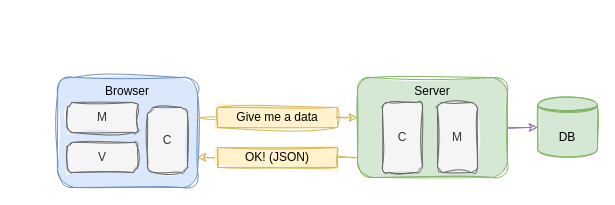
richard-wang-tw/web-basic-2 keeps this draw.io diagram as page "Page-5" (6 of 9) of diagrams.drawio. Above is the earlier version. Source tidied: cells renumbered, new cells numbered last; positions are measured from the earlier drawing's top-left corner, leaving out a move shared by most shapes. Both pictures are drawn from the tidied source at 100%, with x=0, y=0 at pixel (57, 77).
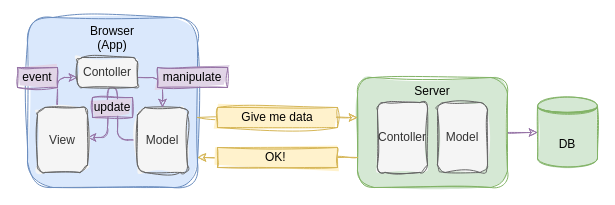
Above is the later version.

What changed in the source:
```diff
@@
-    <mxCell id="2" value="Browser" style="rounded=1;whiteSpace=wrap;html=1;sketch=1;curveFitting=1;jiggle=2;fillColor=#dae8fc;strokeColor=#6c8ebf;fillStyle=solid;verticalAlign=top;" parent="1" vertex="1">
-      <mxGeometry width="140" height="110" as="geometry" />
+    <mxCell id="2" value="Browser&lt;br&gt;(App)" style="rounded=1;whiteSpace=wrap;html=1;sketch=1;curveFitting=1;jiggle=2;fillColor=#dae8fc;strokeColor=#6c8ebf;fillStyle=solid;verticalAlign=top;" parent="1" vertex="1">
+      <mxGeometry x="-30" y="-60" width="170" height="170" as="geometry" />
     </mxCell>
@@
     <mxCell id="4" value="Server" style="rounded=1;whiteSpace=wrap;html=1;sketch=1;curveFitting=1;jiggle=2;fillColor=#d5e8d4;strokeColor=#82b366;fillStyle=solid;verticalAlign=top;" parent="1" vertex="1">
-      <mxGeometry x="300" width="150" height="100" as="geometry" />
+      <mxGeometry x="300" width="150" height="110" as="geometry" />
     </mxCell>
-    <mxCell id="5" value="C" style="rounded=1;whiteSpace=wrap;html=1;sketch=1;curveFitting=1;jiggle=2;fillColor=#f5f5f5;strokeColor=#666666;fillStyle=solid;fontColor=#333333;" parent="1" vertex="1">
-      <mxGeometry x="325" y="25" width="40" height="70" as="geometry" />
+    <mxCell id="5" value="Contoller" style="rounded=1;whiteSpace=wrap;html=1;sketch=1;curveFitting=1;jiggle=2;fillColor=#f5f5f5;strokeColor=#666666;fillStyle=solid;fontColor=#333333;" parent="1" vertex="1">
+      <mxGeometry x="320" y="25" width="50" height="70" as="geometry" />
     </mxCell>
@@
-    <mxCell id="8" value="OK! (JSON)" style="rounded=0;whiteSpace=wrap;html=1;sketch=1;curveFitting=1;jiggle=2;fillColor=#fff2cc;strokeColor=#d6b656;fillStyle=solid;" parent="1" vertex="1">
+    <mxCell id="8" value="OK!&amp;nbsp;" style="rounded=0;whiteSpace=wrap;html=1;sketch=1;curveFitting=1;jiggle=2;fillColor=#fff2cc;strokeColor=#d6b656;fillStyle=solid;" parent="1" vertex="1">
       <mxGeometry x="160" y="70" width="120" height="20" as="geometry" />
     </mxCell>
-    <mxCell id="9" value="Give me a data" style="rounded=0;whiteSpace=wrap;html=1;sketch=1;curveFitting=1;jiggle=2;fillColor=#fff2cc;strokeColor=#d6b656;fillStyle=solid;" parent="1" vertex="1">
+    <mxCell id="9" value="Give me data" style="rounded=0;whiteSpace=wrap;html=1;sketch=1;curveFitting=1;jiggle=2;fillColor=#fff2cc;strokeColor=#d6b656;fillStyle=solid;" parent="1" vertex="1">
       <mxGeometry x="160" y="30" width="120" height="20" as="geometry" />
     </mxCell>
-    <mxCell id="10" value="M" style="rounded=1;whiteSpace=wrap;html=1;sketch=1;curveFitting=1;jiggle=2;fillColor=#f5f5f5;strokeColor=#666666;fillStyle=solid;fontColor=#333333;" parent="1" vertex="1">
-      <mxGeometry x="380" y="25" width="40" height="70" as="geometry" />
+    <mxCell id="10" value="Model" style="rounded=1;whiteSpace=wrap;html=1;sketch=1;curveFitting=1;jiggle=2;fillColor=#f5f5f5;strokeColor=#666666;fillStyle=solid;fontColor=#333333;" parent="1" vertex="1">
+      <mxGeometry x="380" y="25" width="50" height="70" as="geometry" />
     </mxCell>
     <mxCell id="11" value="DB" style="shape=datastore;whiteSpace=wrap;html=1;rounded=1;sketch=1;fillStyle=solid;strokeColor=#82b366;fillColor=#d5e8d4;" parent="1" vertex="1">
-      <mxGeometry x="480" y="20" width="60" height="60" as="geometry" />
+      <mxGeometry x="480" y="20" width="60" height="70" as="geometry" />
     </mxCell>
+    <mxCell id="15" style="edgeStyle=orthogonalEdgeStyle;sketch=1;html=1;fillColor=#e1d5e7;strokeColor=#9673a6;" parent="1" edge="1" source="12" target="13">
+      <mxGeometry relative="1" as="geometry">
+        <Array as="points">
+          <mxPoint x="60" y="62" />
+          <mxPoint x="60" y="10" />
+          <mxPoint x="50" y="10" />
+          <mxPoint x="50" y="60" />
+        </Array>
+      </mxGeometry>
+    </mxCell>
-    <mxCell id="12" value="M" style="rounded=1;whiteSpace=wrap;html=1;sketch=1;curveFitting=1;jiggle=2;fillColor=#f5f5f5;strokeColor=#666666;fillStyle=solid;fontColor=#333333;" parent="1" vertex="1">
-      <mxGeometry x="10" y="25" width="70" height="30" as="geometry" />
+    <mxCell id="12" value="Model" style="rounded=1;whiteSpace=wrap;html=1;sketch=1;curveFitting=1;jiggle=2;fillColor=#f5f5f5;strokeColor=#666666;fillStyle=solid;fontColor=#333333;" parent="1" vertex="1">
+      <mxGeometry x="80" y="30" width="50" height="65" as="geometry" />
     </mxCell>
+    <mxCell id="16" style="edgeStyle=orthogonalEdgeStyle;sketch=1;html=1;fillColor=#e1d5e7;strokeColor=#9673a6;" parent="1" edge="1" source="13" target="18">
+      <mxGeometry relative="1" as="geometry">
+        <Array as="points">
+          <mxPoint />
+        </Array>
+      </mxGeometry>
+    </mxCell>
-    <mxCell id="13" value="V" style="rounded=1;whiteSpace=wrap;html=1;sketch=1;curveFitting=1;jiggle=2;fillColor=#f5f5f5;strokeColor=#666666;fillStyle=solid;fontColor=#333333;" parent="1" vertex="1">
-      <mxGeometry x="10" y="65" width="70" height="30" as="geometry" />
+    <mxCell id="13" value="View" style="rounded=1;whiteSpace=wrap;html=1;sketch=1;curveFitting=1;jiggle=2;fillColor=#f5f5f5;strokeColor=#666666;fillStyle=solid;fontColor=#333333;" parent="1" vertex="1">
+      <mxGeometry x="-20" y="30" width="50" height="65" as="geometry" />
     </mxCell>
-    <mxCell id="14" value="C" style="rounded=1;whiteSpace=wrap;html=1;sketch=1;curveFitting=1;jiggle=2;fillColor=#f5f5f5;strokeColor=#666666;fillStyle=solid;fontColor=#333333;" parent="1" vertex="1">
-      <mxGeometry x="90" y="30" width="40" height="65" as="geometry" />
-    </mxCell>
+    <mxCell id="17" style="edgeStyle=orthogonalEdgeStyle;sketch=1;html=1;fillColor=#e1d5e7;strokeColor=#9673a6;" parent="1" edge="1" source="18" target="12">
+      <mxGeometry relative="1" as="geometry">
+        <Array as="points">
+          <mxPoint x="105" />
+        </Array>
+      </mxGeometry>
+    </mxCell>
+    <mxCell id="18" value="Contoller" style="rounded=1;whiteSpace=wrap;html=1;sketch=1;curveFitting=1;jiggle=2;fillColor=#f5f5f5;strokeColor=#666666;fillStyle=solid;fontColor=#333333;" parent="1" vertex="1">
+      <mxGeometry x="20" y="-20" width="60" height="30" as="geometry" />
+    </mxCell>
+    <mxCell id="19" value="manipulate" style="rounded=0;whiteSpace=wrap;html=1;sketch=1;curveFitting=1;jiggle=2;fillColor=#e1d5e7;strokeColor=#9673a6;fillStyle=solid;" parent="1" vertex="1">
+      <mxGeometry x="100" y="-10" width="70" height="20" as="geometry" />
+    </mxCell>
+    <mxCell id="20" value="update" style="rounded=0;whiteSpace=wrap;html=1;sketch=1;curveFitting=1;jiggle=2;fillColor=#e1d5e7;strokeColor=#9673a6;fillStyle=solid;" parent="1" vertex="1">
+      <mxGeometry x="35" y="20" width="40" height="20" as="geometry" />
+    </mxCell>
+    <mxCell id="21" value="event" style="rounded=0;whiteSpace=wrap;html=1;sketch=1;curveFitting=1;jiggle=2;fillColor=#e1d5e7;strokeColor=#9673a6;fillStyle=solid;" parent="1" vertex="1">
+      <mxGeometry x="-40" y="-10" width="40" height="20" as="geometry" />
+    </mxCell>
```
